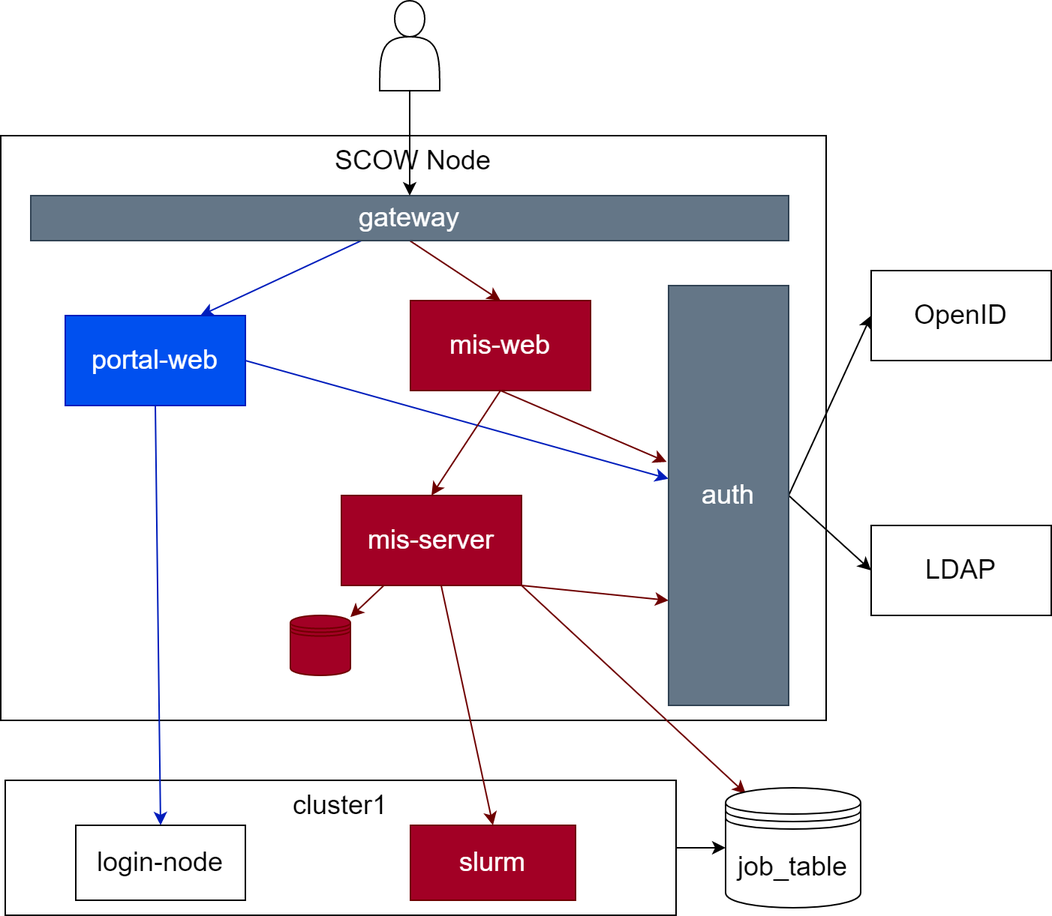
Earlier version of the draw.io export docs/diagrams/architecture.png (PKUHPC/OpenSCOW). Source tidied: cells renumbered, new cells last; positions are measured from the earlier drawing's top-left corner, leaving out a move shared by most shapes.
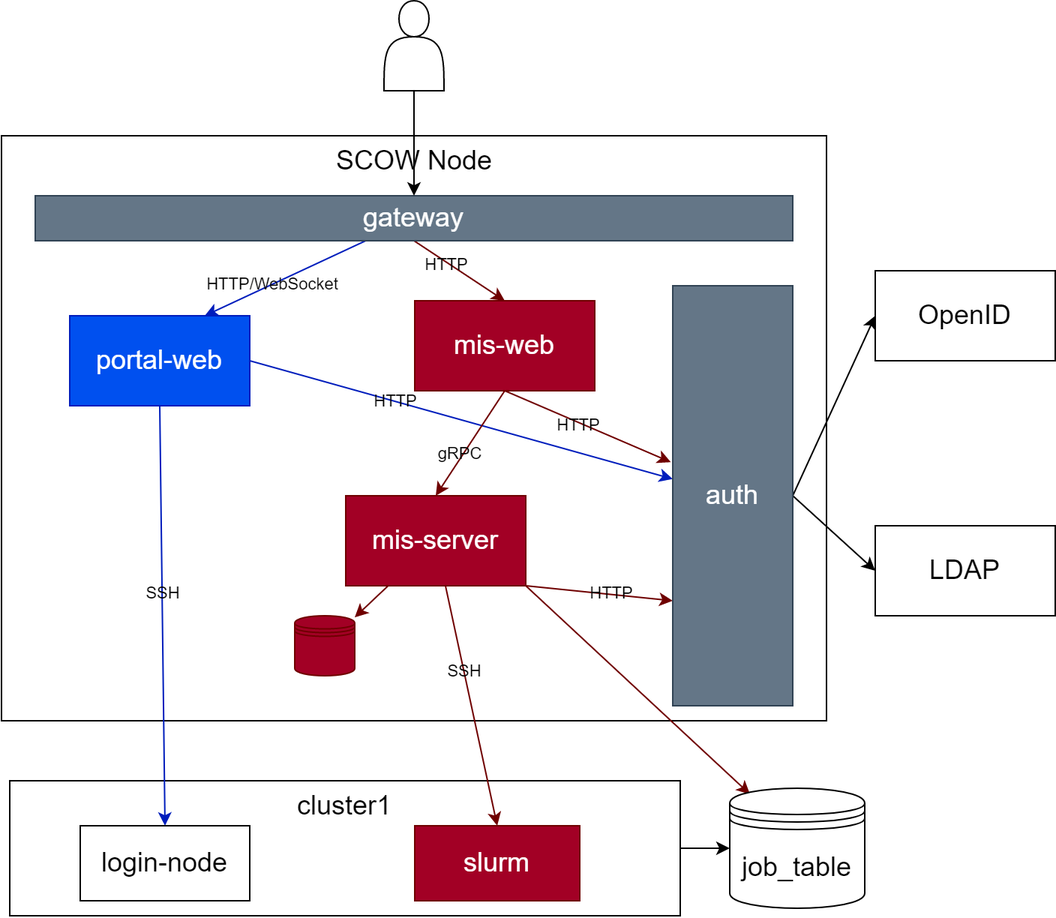
After the commit.

Diff of the diagram source:
```diff
@@ -9,14 +9,20 @@
       <mxGeometry x="3" y="520" width="447" height="90" as="geometry" />
     </mxCell>
     <mxCell id="4" value="SCOW Node" style="rounded=0;whiteSpace=wrap;html=1;fillColor=none;verticalAlign=top;fontSize=18;labelBackgroundColor=none;" parent="1" vertex="1">
-      <mxGeometry y="90" width="550" height="390" as="geometry" />
+      <mxGeometry x="-2.5" y="90" width="550" height="390" as="geometry" />
     </mxCell>
     <mxCell id="5" style="edgeStyle=none;html=1;exitX=0.5;exitY=1;exitDx=0;exitDy=0;entryX=0.5;entryY=0;entryDx=0;entryDy=0;fillColor=#a20025;strokeColor=#6F0000;labelBackgroundColor=none;" parent="1" edge="1" source="7" target="25">
       <mxGeometry relative="1" as="geometry" />
     </mxCell>
+    <mxCell id="30" value="HTTP" style="edgeLabel;html=1;align=center;verticalAlign=middle;labelBackgroundColor=none;" parent="5" vertex="1">
+      <mxGeometry x="-0.27" y="-1" relative="1" as="geometry" />
+    </mxCell>
     <mxCell id="6" style="edgeStyle=none;html=1;entryX=0.75;entryY=0;entryDx=0;entryDy=0;fillColor=#0050ef;strokeColor=#001DBC;labelBackgroundColor=none;" parent="1" edge="1" source="7" target="13">
       <mxGeometry relative="1" as="geometry" />
     </mxCell>
+    <mxCell id="31" value="HTTP/WebSocket" style="edgeLabel;html=1;align=center;verticalAlign=middle;labelBackgroundColor=none;" parent="6" vertex="1">
+      <mxGeometry x="0.16" relative="1" as="geometry" />
+    </mxCell>
     <mxCell id="7" value="gateway" style="rounded=0;whiteSpace=wrap;html=1;fontSize=18;fillColor=#647687;fontColor=#ffffff;strokeColor=#314354;labelBackgroundColor=none;" parent="1" vertex="1">
       <mxGeometry x="20" y="130" width="505" height="30" as="geometry" />
     </mxCell>
@@ -32,9 +38,15 @@
     <mxCell id="11" style="edgeStyle=none;html=1;exitX=1;exitY=0.5;exitDx=0;exitDy=0;fillColor=#0050ef;strokeColor=#001DBC;labelBackgroundColor=none;" parent="1" edge="1" source="13" target="19">
       <mxGeometry relative="1" as="geometry" />
     </mxCell>
+    <mxCell id="32" value="HTTP" style="edgeLabel;html=1;align=center;verticalAlign=middle;labelBackgroundColor=none;" parent="11" vertex="1">
+      <mxGeometry x="-0.31" relative="1" as="geometry" />
+    </mxCell>
     <mxCell id="12" style="edgeStyle=none;html=1;exitX=0.5;exitY=1;exitDx=0;exitDy=0;entryX=0.5;entryY=0;entryDx=0;entryDy=0;fontSize=18;fillColor=#0050ef;strokeColor=#001DBC;labelBackgroundColor=none;" parent="1" edge="1" source="13" target="29">
       <mxGeometry relative="1" as="geometry" />
     </mxCell>
+    <mxCell id="33" value="SSH" style="edgeLabel;html=1;align=center;verticalAlign=middle;labelBackgroundColor=none;" parent="12" vertex="1">
+      <mxGeometry x="-0.11" relative="1" as="geometry" />
+    </mxCell>
     <mxCell id="13" value="portal-web" style="whiteSpace=wrap;html=1;fontSize=18;fillColor=#0050ef;fontColor=#ffffff;strokeColor=#001DBC;labelBackgroundColor=none;" parent="1" vertex="1">
       <mxGeometry x="43" y="210" width="120" height="60" as="geometry" />
     </mxCell>
@@ -44,6 +56,9 @@
     <mxCell id="15" style="edgeStyle=none;html=1;exitX=1;exitY=1;exitDx=0;exitDy=0;entryX=0;entryY=0.75;entryDx=0;entryDy=0;fillColor=#a20025;strokeColor=#6F0000;labelBackgroundColor=none;" parent="1" edge="1" source="16" target="19">
       <mxGeometry relative="1" as="geometry" />
     </mxCell>
+    <mxCell id="34" value="HTTP" style="edgeLabel;html=1;align=center;verticalAlign=middle;labelBackgroundColor=none;" parent="15" vertex="1">
+      <mxGeometry x="0.15" y="1" relative="1" as="geometry" />
+    </mxCell>
     <mxCell id="16" value="&lt;span style=&quot;font-size: 18px&quot;&gt;mis-server&lt;br&gt;&lt;/span&gt;" style="whiteSpace=wrap;html=1;fillColor=#a20025;fontColor=#ffffff;strokeColor=#6F0000;labelBackgroundColor=none;" parent="1" vertex="1">
       <mxGeometry x="227" y="330" width="120" height="60" as="geometry" />
     </mxCell>
@@ -68,9 +83,15 @@
     <mxCell id="23" style="edgeStyle=none;html=1;exitX=0.5;exitY=1;exitDx=0;exitDy=0;entryX=-0.016;entryY=0.42;entryDx=0;entryDy=0;entryPerimeter=0;fillColor=#a20025;strokeColor=#6F0000;labelBackgroundColor=none;" parent="1" edge="1" source="25" target="19">
       <mxGeometry relative="1" as="geometry" />
     </mxCell>
+    <mxCell id="35" value="HTTP" style="edgeLabel;html=1;align=center;verticalAlign=middle;labelBackgroundColor=none;" parent="23" vertex="1">
+      <mxGeometry x="-0.11" y="-1" relative="1" as="geometry" />
+    </mxCell>
     <mxCell id="24" style="edgeStyle=none;html=1;exitX=0.5;exitY=1;exitDx=0;exitDy=0;entryX=0.5;entryY=0;entryDx=0;entryDy=0;fontSize=18;fillColor=#a20025;strokeColor=#6F0000;labelBackgroundColor=none;" parent="1" edge="1" source="25" target="16">
       <mxGeometry relative="1" as="geometry" />
     </mxCell>
+    <mxCell id="36" value="gRPC" style="edgeLabel;html=1;align=center;verticalAlign=middle;labelBackgroundColor=none;" parent="24" vertex="1">
+      <mxGeometry x="0.24" y="-2" relative="1" as="geometry" />
+    </mxCell>
     <mxCell id="25" value="mis-web" style="whiteSpace=wrap;html=1;fontSize=18;fillColor=#a20025;fontColor=#ffffff;strokeColor=#6F0000;labelBackgroundColor=none;" parent="1" vertex="1">
       <mxGeometry x="273" y="200" width="120" height="60" as="geometry" />
     </mxCell>
@@ -83,6 +104,9 @@
     <mxCell id="28" style="edgeStyle=none;html=1;fontSize=18;entryX=0.5;entryY=0;entryDx=0;entryDy=0;fillColor=#a20025;strokeColor=#6F0000;labelBackgroundColor=none;" parent="1" edge="1" source="16" target="27">
       <mxGeometry relative="1" as="geometry" />
     </mxCell>
+    <mxCell id="37" value="SSH" style="edgeLabel;html=1;align=center;verticalAlign=middle;labelBackgroundColor=none;" parent="28" vertex="1">
+      <mxGeometry x="-0.29" relative="1" as="geometry" />
+    </mxCell>
     <mxCell id="29" value="login-node" style="rounded=0;whiteSpace=wrap;html=1;fontSize=18;labelBackgroundColor=none;" parent="1" vertex="1">
       <mxGeometry x="50" y="550" width="113" height="50" as="geometry" />
     </mxCell>
```
